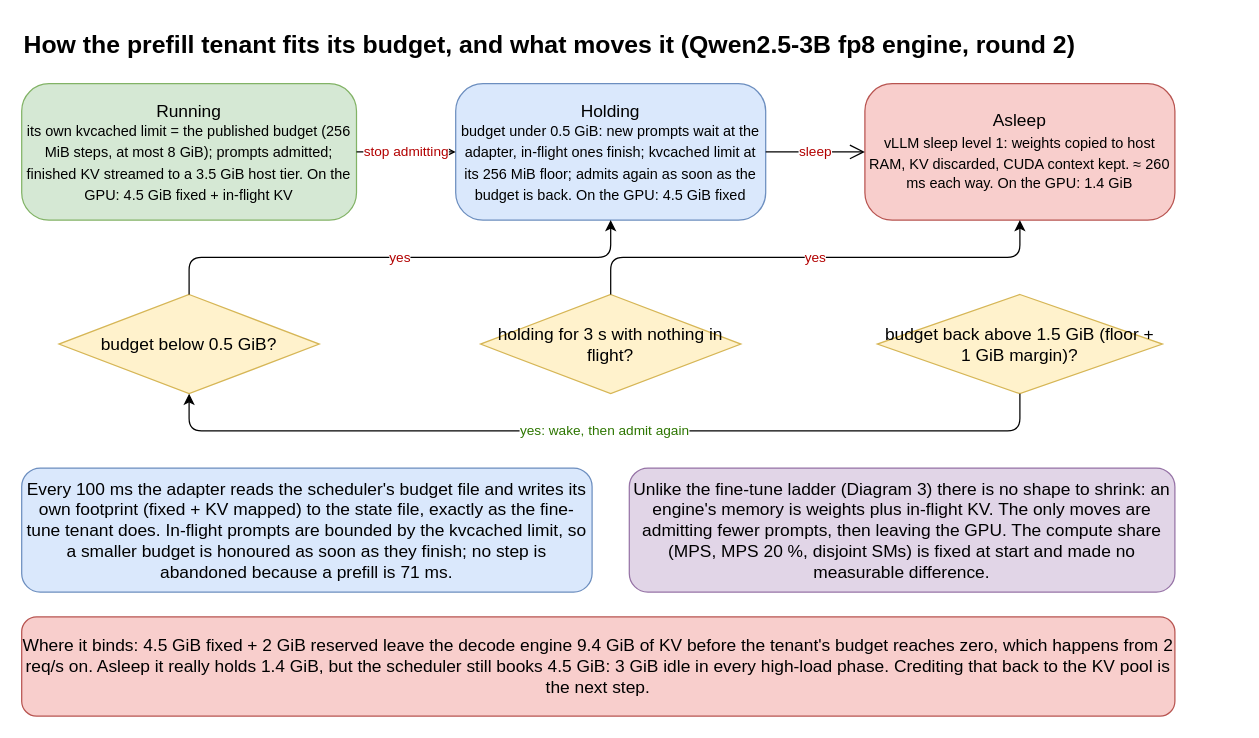
852866031/cuda-schedule-project keeps this draw.io diagram as coloc_adjust/diagrams/06_pf_tiers.drawio. Above is the earlier version. Source tidied: cells renumbered, new cells numbered last; positions are measured from the earlier drawing's top-left corner, leaving out a move shared by most shapes. Both pictures are drawn from the tidied source at 124%, with x=0, y=0 at pixel (21, 21).
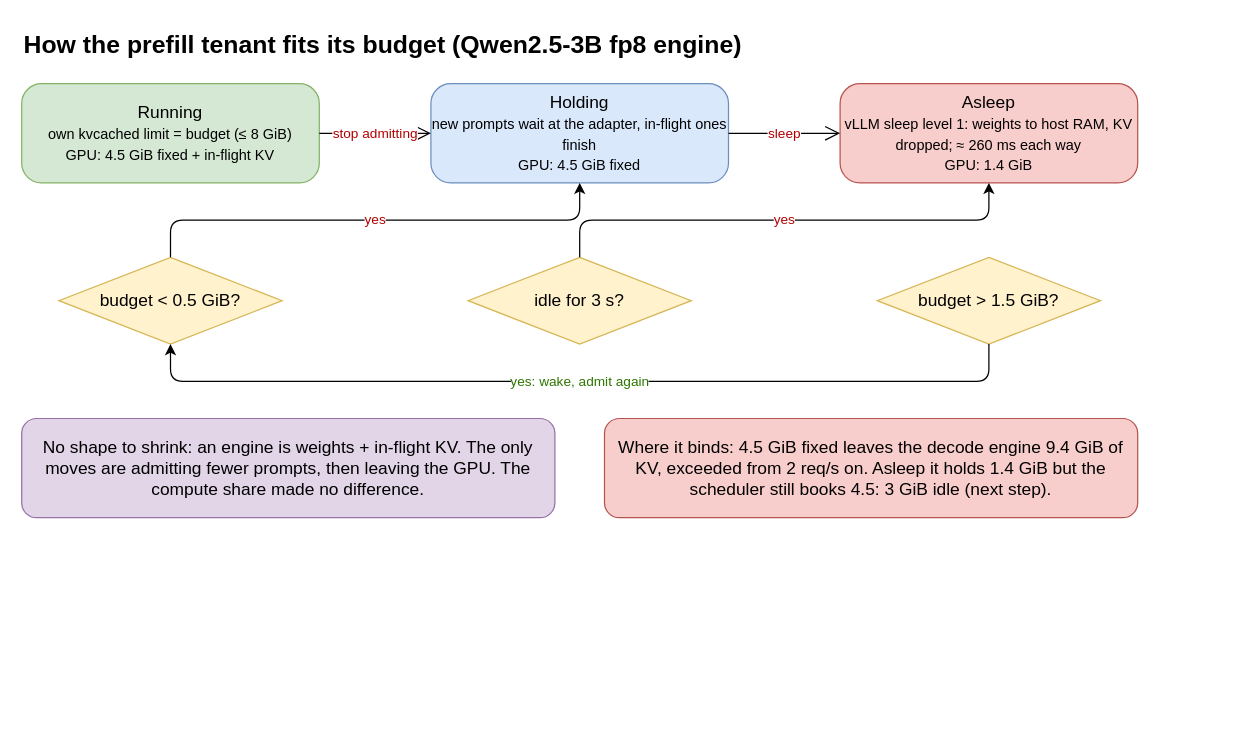
Above is the later version.

Commit message (it also covers changes not shown here):
coloc_adjust: Diagrams 5 and 6 with much less text; shorter captions

The edit, as a diff of the source:
```diff
@@
-    <mxCell id="2" value="How the prefill tenant fits its budget, and what moves it (Qwen2.5-3B fp8 engine, round 2)" style="text;html=1;fontSize=20;fontStyle=1;align=left;" parent="1" vertex="1">
-      <mxGeometry width="980" height="30" as="geometry" />
+    <mxCell id="2" value="How the prefill tenant fits its budget (Qwen2.5-3B fp8 engine)" style="text;html=1;fontSize=20;fontStyle=1;align=left;" parent="1" vertex="1">
+      <mxGeometry width="900" height="30" as="geometry" />
     </mxCell>
-    <mxCell id="3" value="Running&lt;br&gt;&lt;small&gt;its own kvcached limit = the published budget (256 MiB steps, at most 8 GiB); prompts admitted; finished KV streamed to a 3.5 GiB host tier. On the GPU: 4.5 GiB fixed + in-flight KV&lt;/small&gt;" style="rounded=1;arcSize=20;whiteSpace=wrap;html=1;fontSize=14;fillColor=#d5e8d4;strokeColor=#82b366;" parent="1" vertex="1">
-      <mxGeometry y="50" width="270" height="110" as="geometry" />
+    <mxCell id="3" value="Running&lt;br&gt;&lt;small&gt;own kvcached limit = budget (≤ 8 GiB)&lt;br&gt;GPU: 4.5 GiB fixed + in-flight KV&lt;/small&gt;" style="rounded=1;arcSize=20;whiteSpace=wrap;html=1;fontSize=14;fillColor=#d5e8d4;strokeColor=#82b366;" parent="1" vertex="1">
+      <mxGeometry y="50" width="240" height="80" as="geometry" />
     </mxCell>
-    <mxCell id="4" value="Holding&lt;br&gt;&lt;small&gt;budget under 0.5 GiB: new prompts wait at the adapter, in-flight ones finish; kvcached limit at its 256 MiB floor; admits again as soon as the budget is back. On the GPU: 4.5 GiB fixed&lt;/small&gt;" style="rounded=1;arcSize=20;whiteSpace=wrap;html=1;fontSize=14;fillColor=#dae8fc;strokeColor=#6c8ebf;" parent="1" vertex="1">
-      <mxGeometry x="350" y="50" width="250" height="110" as="geometry" />
+    <mxCell id="4" value="Holding&lt;br&gt;&lt;small&gt;new prompts wait at the adapter, in-flight ones finish&lt;br&gt;GPU: 4.5 GiB fixed&lt;/small&gt;" style="rounded=1;arcSize=20;whiteSpace=wrap;html=1;fontSize=14;fillColor=#dae8fc;strokeColor=#6c8ebf;" parent="1" vertex="1">
+      <mxGeometry x="330" y="50" width="240" height="80" as="geometry" />
     </mxCell>
-    <mxCell id="5" value="Asleep&lt;br&gt;&lt;small&gt;vLLM sleep level 1: weights copied to host RAM, KV discarded, CUDA context kept. ≈ 260 ms each way. On the GPU: 1.4 GiB&lt;/small&gt;" style="rounded=1;arcSize=20;whiteSpace=wrap;html=1;fontSize=14;fillColor=#f8cecc;strokeColor=#b85450;" parent="1" vertex="1">
-      <mxGeometry x="680" y="50" width="250" height="110" as="geometry" />
+    <mxCell id="5" value="Asleep&lt;br&gt;&lt;small&gt;vLLM sleep level 1: weights to host RAM, KV dropped; ≈ 260 ms each way&lt;br&gt;GPU: 1.4 GiB&lt;/small&gt;" style="rounded=1;arcSize=20;whiteSpace=wrap;html=1;fontSize=14;fillColor=#f8cecc;strokeColor=#b85450;" parent="1" vertex="1">
+      <mxGeometry x="660" y="50" width="240" height="80" as="geometry" />
     </mxCell>
-    <mxCell id="6" value="budget below 0.5 GiB?" style="rhombus;whiteSpace=wrap;html=1;fontSize=14;fillColor=#fff2cc;strokeColor=#d6b656;" parent="1" vertex="1">
-      <mxGeometry x="30" y="220" width="210" height="80" as="geometry" />
+    <mxCell id="6" value="budget &lt; 0.5 GiB?" style="rhombus;whiteSpace=wrap;html=1;fontSize=14;fillColor=#fff2cc;strokeColor=#d6b656;" parent="1" vertex="1">
+      <mxGeometry x="30" y="190" width="180" height="70" as="geometry" />
     </mxCell>
-    <mxCell id="7" value="holding for 3 s with nothing in flight?" style="rhombus;whiteSpace=wrap;html=1;fontSize=14;fillColor=#fff2cc;strokeColor=#d6b656;" parent="1" vertex="1">
-      <mxGeometry x="370" y="220" width="210" height="80" as="geometry" />
+    <mxCell id="7" value="idle for 3 s?" style="rhombus;whiteSpace=wrap;html=1;fontSize=14;fillColor=#fff2cc;strokeColor=#d6b656;" parent="1" vertex="1">
+      <mxGeometry x="360" y="190" width="180" height="70" as="geometry" />
     </mxCell>
-    <mxCell id="8" value="budget back above 1.5 GiB (floor + 1 GiB margin)?" style="rhombus;whiteSpace=wrap;html=1;fontSize=14;fillColor=#fff2cc;strokeColor=#d6b656;" parent="1" vertex="1">
-      <mxGeometry x="690" y="220" width="230" height="80" as="geometry" />
+    <mxCell id="8" value="budget &gt; 1.5 GiB?" style="rhombus;whiteSpace=wrap;html=1;fontSize=14;fillColor=#fff2cc;strokeColor=#d6b656;" parent="1" vertex="1">
+      <mxGeometry x="690" y="190" width="180" height="70" as="geometry" />
     </mxCell>
-    <mxCell id="9" value="Every 100 ms the adapter reads the scheduler's budget file and writes its own footprint (fixed + KV mapped) to the state file, exactly as the fine-tune tenant does. In-flight prompts are bounded by the kvcached limit, so a smaller budget is honoured as soon as they finish; no step is abandoned because a prefill is 71 ms." style="rounded=1;whiteSpace=wrap;html=1;fontSize=14;fillColor=#dae8fc;strokeColor=#6c8ebf;" parent="1" vertex="1">
-      <mxGeometry y="360" width="460" height="100" as="geometry" />
-    </mxCell>
-    <mxCell id="10" value="Unlike the fine-tune ladder (Diagram 3) there is no shape to shrink: an engine's memory is weights plus in-flight KV. The only moves are admitting fewer prompts, then leaving the GPU. The compute share (MPS, MPS 20 %, disjoint SMs) is fixed at start and made no measurable difference." style="rounded=1;whiteSpace=wrap;html=1;fontSize=14;fillColor=#e1d5e7;strokeColor=#9673a6;" parent="1" vertex="1">
-      <mxGeometry x="490" y="360" width="440" height="100" as="geometry" />
+    <mxCell id="10" value="No shape to shrink: an engine is weights + in-flight KV. The only moves are admitting fewer prompts, then leaving the GPU. The compute share made no difference." style="rounded=1;whiteSpace=wrap;html=1;fontSize=14;fillColor=#e1d5e7;strokeColor=#9673a6;" parent="1" vertex="1">
+      <mxGeometry y="320" width="430" height="80" as="geometry" />
     </mxCell>
-    <mxCell id="11" value="Where it binds: 4.5 GiB fixed + 2 GiB reserved leave the decode engine 9.4 GiB of KV before the tenant's budget reaches zero, which happens from 2 req/s on. Asleep it really holds 1.4 GiB, but the scheduler still books 4.5 GiB: 3 GiB idle in every high-load phase. Crediting that back to the KV pool is the next step." style="rounded=1;whiteSpace=wrap;html=1;fontSize=14;fillColor=#f8cecc;strokeColor=#b85450;" parent="1" vertex="1">
-      <mxGeometry y="480" width="930" height="80" as="geometry" />
+    <mxCell id="11" value="Where it binds: 4.5 GiB fixed leaves the decode engine 9.4 GiB of KV, exceeded from 2 req/s on. Asleep it holds 1.4 GiB but the scheduler still books 4.5: 3 GiB idle (next step)." style="rounded=1;whiteSpace=wrap;html=1;fontSize=14;fillColor=#f8cecc;strokeColor=#b85450;" parent="1" vertex="1">
+      <mxGeometry x="470" y="320" width="430" height="80" as="geometry" />
     </mxCell>
@@
     <mxCell id="14" value="yes" style="edgeStyle=orthogonalEdgeStyle;rounded=1;html=1;fontColor=#B20000;exitX=0.5;exitY=0;entryX=0.5;entryY=1;" parent="1" edge="1" source="6" target="4">
       <mxGeometry relative="1" as="geometry">
         <Array as="points">
-          <mxPoint x="135" y="190" />
-          <mxPoint x="475" y="190" />
+          <mxPoint x="120" y="160" />
+          <mxPoint x="450" y="160" />
         </Array>
       </mxGeometry>
     </mxCell>
     <mxCell id="15" value="yes" style="edgeStyle=orthogonalEdgeStyle;rounded=1;html=1;fontColor=#B20000;exitX=0.5;exitY=0;entryX=0.5;entryY=1;" parent="1" edge="1" source="7" target="5">
       <mxGeometry relative="1" as="geometry">
         <Array as="points">
-          <mxPoint x="475" y="190" />
-          <mxPoint x="805" y="190" />
+          <mxPoint x="450" y="160" />
+          <mxPoint x="780" y="160" />
         </Array>
       </mxGeometry>
     </mxCell>
-    <mxCell id="16" value="yes: wake, then admit again" style="edgeStyle=orthogonalEdgeStyle;rounded=1;html=1;fontColor=#2D7600;exitX=0.5;exitY=1;entryX=0.5;entryY=1;" parent="1" edge="1" source="8" target="6">
+    <mxCell id="16" value="yes: wake, admit again" style="edgeStyle=orthogonalEdgeStyle;rounded=1;html=1;fontColor=#2D7600;exitX=0.5;exitY=1;entryX=0.5;entryY=1;" parent="1" edge="1" source="8" target="6">
       <mxGeometry relative="1" as="geometry">
         <Array as="points">
-          <mxPoint x="805" y="330" />
-          <mxPoint x="135" y="330" />
+          <mxPoint x="780" y="290" />
+          <mxPoint x="120" y="290" />
         </Array>
       </mxGeometry>
     </mxCell>
```
